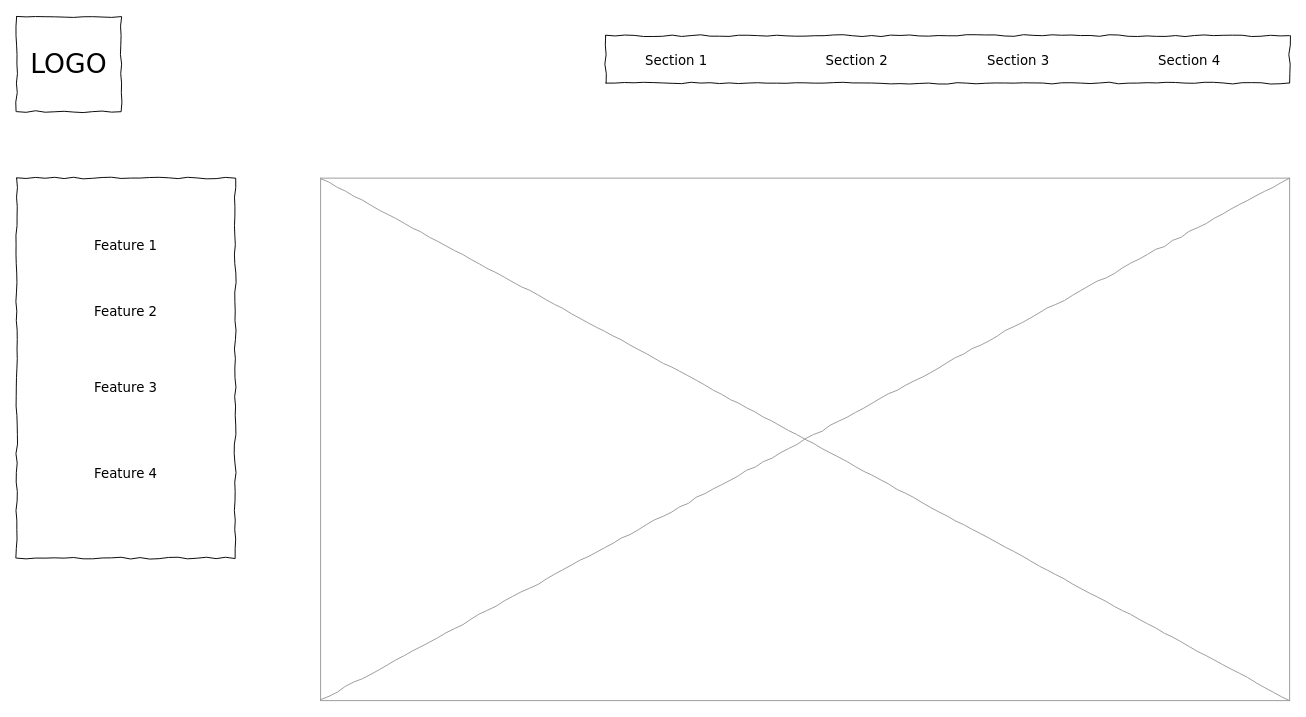
Before: Untitled Diagram.drawio in eshaan007/hashnode-blogs, a draw.io diagram. Source tidied: cells renumbered, new cells numbered last; positions are measured from the earlier drawing's top-left corner, leaving out a move shared by most shapes. Both pictures are drawn from the tidied source at 95%, with x=0, y=0 at pixel (16, 16).
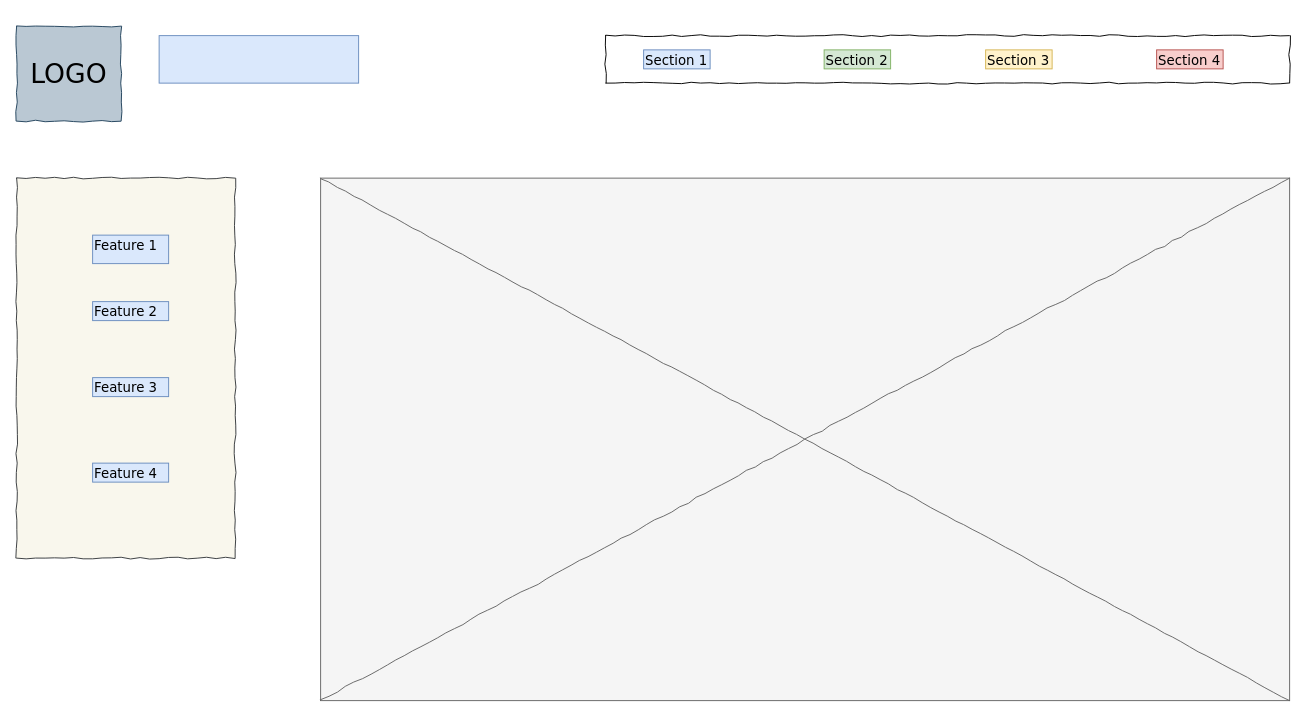
The same diagram, later.

Diff of the diagram source:
```diff
@@
 <mxGraphModel background="#ffffff">
   <root>
     <mxCell id="0" />
     <mxCell id="1" parent="0" />
-    <mxCell id="2" value="LOGO" style="whiteSpace=wrap;html=1;rounded=0;shadow=0;labelBackgroundColor=none;strokeWidth=1;fontFamily=Verdana;fontSize=28;align=center;comic=1;" parent="1" vertex="1">
-      <mxGeometry width="110" height="100" as="geometry" />
+    <mxCell id="2" value="LOGO" style="whiteSpace=wrap;html=1;rounded=0;shadow=0;labelBackgroundColor=none;strokeWidth=1;fontFamily=Verdana;fontSize=28;align=center;comic=1;fillColor=#bac8d3;strokeColor=#23445d;" parent="1" vertex="1">
+      <mxGeometry y="10" width="110" height="100" as="geometry" />
     </mxCell>
     <mxCell id="3" style="whiteSpace=wrap;html=1;rounded=0;shadow=0;labelBackgroundColor=none;strokeWidth=1;fillColor=none;fontFamily=Verdana;fontSize=12;align=center;comic=1;" parent="1" vertex="1">
       <mxGeometry x="620" y="20" width="720" height="50" as="geometry" />
     </mxCell>
-    <mxCell id="4" value="Section 1" style="text;html=1;align=left;verticalAlign=top;spacingTop=-4;fontSize=14;fontFamily=Verdana;" parent="1" vertex="1">
-      <mxGeometry x="660" y="35" width="60" height="20" as="geometry" />
+    <mxCell id="4" value="Section 1" style="text;html=1;align=left;verticalAlign=top;spacingTop=-4;fontSize=14;fontFamily=Verdana;fillColor=#dae8fc;strokeColor=#6c8ebf;" parent="1" vertex="1">
+      <mxGeometry x="660" y="35" width="70" height="20" as="geometry" />
     </mxCell>
-    <mxCell id="5" value="Section 2" style="text;html=1;align=left;verticalAlign=top;spacingTop=-4;fontSize=14;fontFamily=Verdana;" parent="1" vertex="1">
-      <mxGeometry x="850" y="35" width="60" height="20" as="geometry" />
+    <mxCell id="5" value="Section 2" style="text;html=1;align=left;verticalAlign=top;spacingTop=-4;fontSize=14;fontFamily=Verdana;fillColor=#d5e8d4;strokeColor=#82b366;" parent="1" vertex="1">
+      <mxGeometry x="850" y="35" width="70" height="20" as="geometry" />
     </mxCell>
-    <mxCell id="6" value="Section 3" style="text;html=1;align=left;verticalAlign=top;spacingTop=-4;fontSize=14;fontFamily=Verdana;" parent="1" vertex="1">
-      <mxGeometry x="1020" y="35" width="60" height="20" as="geometry" />
+    <mxCell id="6" value="Section 3" style="text;html=1;align=left;verticalAlign=top;spacingTop=-4;fontSize=14;fontFamily=Verdana;fillColor=#fff2cc;strokeColor=#d6b656;" parent="1" vertex="1">
+      <mxGeometry x="1020" y="35" width="70" height="20" as="geometry" />
     </mxCell>
-    <mxCell id="7" value="Section 4" style="text;html=1;align=left;verticalAlign=top;spacingTop=-4;fontSize=14;fontFamily=Verdana;" parent="1" vertex="1">
-      <mxGeometry x="1200" y="35" width="60" height="20" as="geometry" />
+    <mxCell id="7" value="Section 4" style="text;html=1;align=left;verticalAlign=top;spacingTop=-4;fontSize=14;fontFamily=Verdana;fillColor=#f8cecc;strokeColor=#b85450;" parent="1" vertex="1">
+      <mxGeometry x="1200" y="35" width="70" height="20" as="geometry" />
     </mxCell>
-    <mxCell id="8" style="verticalLabelPosition=bottom;shadow=0;dashed=0;align=center;html=1;verticalAlign=top;strokeWidth=1;shape=mxgraph.mockup.graphics.simpleIcon;strokeColor=#999999;rounded=0;labelBackgroundColor=none;fontFamily=Verdana;fontSize=14;fontColor=#000000;comic=1;" parent="1" vertex="1">
+    <mxCell id="8" style="verticalLabelPosition=bottom;shadow=0;dashed=0;align=center;html=1;verticalAlign=top;strokeWidth=1;shape=mxgraph.mockup.graphics.simpleIcon;strokeColor=#666666;rounded=0;labelBackgroundColor=none;fontFamily=Verdana;fontSize=14;fontColor=#333333;comic=1;fillColor=#f5f5f5;" parent="1" vertex="1">
       <mxGeometry x="320" y="170" width="1020" height="550" as="geometry" />
     </mxCell>
-    <mxCell id="9" style="whiteSpace=wrap;html=1;rounded=0;shadow=0;labelBackgroundColor=none;strokeWidth=1;fillColor=none;fontFamily=Verdana;fontSize=12;align=center;comic=1;" parent="1" vertex="1">
+    <mxCell id="9" style="whiteSpace=wrap;html=1;rounded=0;shadow=0;labelBackgroundColor=none;strokeWidth=1;fillColor=#f9f7ed;fontFamily=Verdana;fontSize=12;align=center;comic=1;strokeColor=#36393d;" parent="1" vertex="1">
       <mxGeometry y="170" width="230" height="400" as="geometry" />
     </mxCell>
-    <mxCell id="10" value="Feature 1" style="text;html=1;align=left;verticalAlign=top;spacingTop=-4;fontSize=14;fontFamily=Verdana;" parent="1" vertex="1">
-      <mxGeometry x="80" y="230" width="170" height="20" as="geometry" />
+    <mxCell id="10" value="Feature 1" style="text;html=1;align=left;verticalAlign=top;spacingTop=-4;fontSize=14;fontFamily=Verdana;fillColor=#dae8fc;strokeColor=#6c8ebf;" parent="1" vertex="1">
+      <mxGeometry x="80" y="230" width="80" height="30" as="geometry" />
     </mxCell>
-    <mxCell id="11" value="Feature 2" style="text;html=1;align=left;verticalAlign=top;spacingTop=-4;fontSize=14;fontFamily=Verdana;" parent="1" vertex="1">
-      <mxGeometry x="80" y="300" width="170" height="20" as="geometry" />
+    <mxCell id="11" value="Feature 2" style="text;html=1;align=left;verticalAlign=top;spacingTop=-4;fontSize=14;fontFamily=Verdana;fillColor=#dae8fc;strokeColor=#6c8ebf;" parent="1" vertex="1">
+      <mxGeometry x="80" y="300" width="80" height="20" as="geometry" />
     </mxCell>
-    <mxCell id="12" value="Feature 3" style="text;html=1;align=left;verticalAlign=top;spacingTop=-4;fontSize=14;fontFamily=Verdana;" parent="1" vertex="1">
-      <mxGeometry x="80" y="380" width="170" height="20" as="geometry" />
+    <mxCell id="12" value="Feature 3" style="text;html=1;align=left;verticalAlign=top;spacingTop=-4;fontSize=14;fontFamily=Verdana;fillColor=#dae8fc;strokeColor=#6c8ebf;" parent="1" vertex="1">
+      <mxGeometry x="80" y="380" width="80" height="20" as="geometry" />
     </mxCell>
-    <mxCell id="13" value="Feature 4" style="text;html=1;align=left;verticalAlign=top;spacingTop=-4;fontSize=14;fontFamily=Verdana;" parent="1" vertex="1">
-      <mxGeometry x="80" y="470" width="170" height="20" as="geometry" />
+    <mxCell id="13" value="Feature 4" style="text;html=1;align=left;verticalAlign=top;spacingTop=-4;fontSize=14;fontFamily=Verdana;fillColor=#dae8fc;strokeColor=#6c8ebf;" parent="1" vertex="1">
+      <mxGeometry x="80" y="470" width="80" height="20" as="geometry" />
     </mxCell>
+    <mxCell id="14" style="rounded=0;whiteSpace=wrap;html=1;fillColor=#dae8fc;strokeColor=#6c8ebf;" parent="1" vertex="1">
+      <mxGeometry x="150" y="20" width="210" height="50" as="geometry" />
+    </mxCell>
   </root>
 </mxGraphModel>
```
